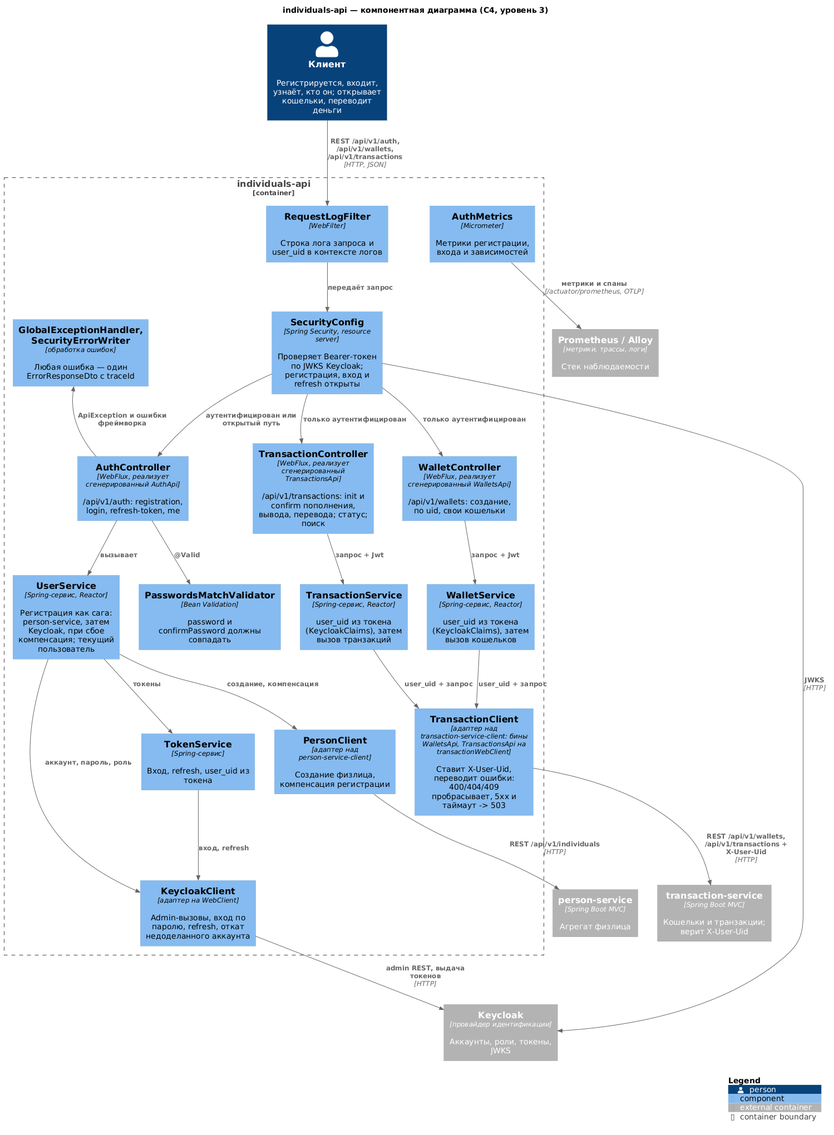
Before: individuals-api/diagrams-c4/png/ru/component.png, a diagram exported from PlantUML (dezxxx/payment-platform).
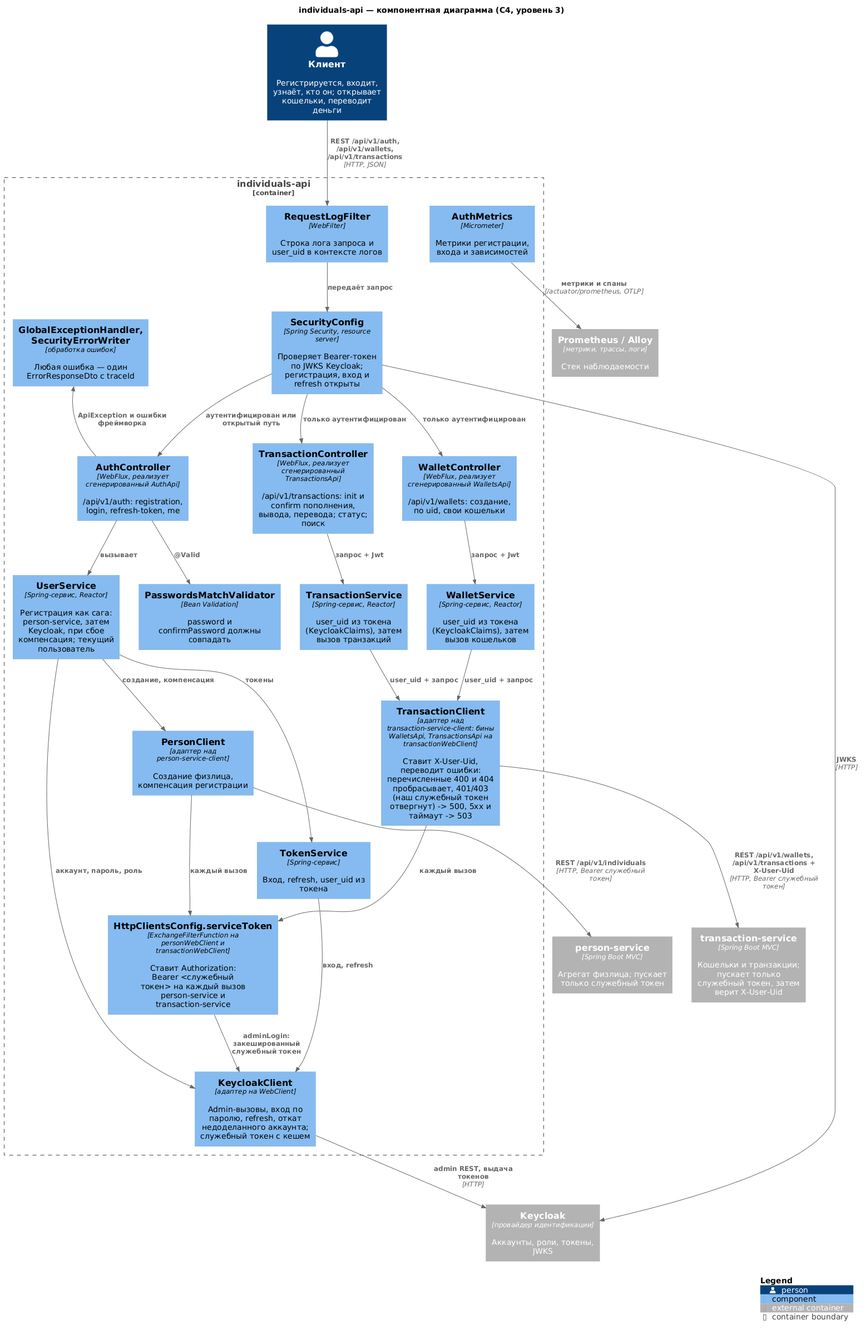
Above is the later version.

The edit, as a diff of the source:
```diff
@@ -5,8 +5,8 @@
 
 Person(client, "Клиент", "Регистрируется, входит, узнаёт, кто он; открывает кошельки, переводит деньги")
 Container_Ext(keycloak, "Keycloak", "провайдер идентификации", "Аккаунты, роли, токены, JWKS")
-Container_Ext(personService, "person-service", "Spring Boot MVC", "Агрегат физлица")
-Container_Ext(transactionService, "transaction-service", "Spring Boot MVC", "Кошельки и транзакции; верит X-User-Uid")
+Container_Ext(personService, "person-service", "Spring Boot MVC", "Агрегат физлица; пускает только служебный токен")
+Container_Ext(transactionService, "transaction-service", "Spring Boot MVC", "Кошельки и транзакции; пускает только служебный токен, затем верит X-User-Uid")
 Container_Ext(observability, "Prometheus / Alloy", "метрики, трассы, логи", "Стек наблюдаемости")
 
 Container_Boundary(app, "individuals-api") {
@@ -21,8 +21,9 @@
     Component(walletService, "WalletService", "Spring-сервис, Reactor", "user_uid из токена (KeycloakClaims), затем вызов кошельков")
     Component(transactionService2, "TransactionService", "Spring-сервис, Reactor", "user_uid из токена (KeycloakClaims), затем вызов транзакций")
     Component(personClient, "PersonClient", "адаптер над person-service-client", "Создание физлица, компенсация регистрации")
-    Component(transactionClient, "TransactionClient", "адаптер над transaction-service-client: бины WalletsApi, TransactionsApi на transactionWebClient", "Ставит X-User-Uid, переводит ошибки: 400/404/409 пробрасывает, 5xx и таймаут -> 503")
-    Component(keycloakClient, "KeycloakClient", "адаптер на WebClient", "Admin-вызовы, вход по паролю, refresh, откат недоделанного аккаунта")
+    Component(transactionClient, "TransactionClient", "адаптер над transaction-service-client: бины WalletsApi, TransactionsApi на transactionWebClient", "Ставит X-User-Uid, переводит ошибки: перечисленные 400 и 404 пробрасывает, 401/403 (наш служебный токен отвергнут) -> 500, 5xx и таймаут -> 503")
+    Component(serviceToken, "HttpClientsConfig.serviceToken", "ExchangeFilterFunction на personWebClient и transactionWebClient", "Ставит Authorization: Bearer <служебный токен> на каждый вызов person-service и transaction-service")
+    Component(keycloakClient, "KeycloakClient", "адаптер на WebClient", "Admin-вызовы, вход по паролю, refresh, откат недоделанного аккаунта; служебный токен с кешем")
     Component(errors, "GlobalExceptionHandler, SecurityErrorWriter", "обработка ошибок", "Любая ошибка — один ErrorResponseDto с traceId")
     Component(metrics, "AuthMetrics", "Micrometer", "Метрики регистрации, входа и зависимостей")
 }
@@ -42,8 +43,11 @@
 Rel(tokenService, keycloakClient, "вход, refresh")
 Rel(walletService, transactionClient, "user_uid + запрос")
 Rel(transactionService2, transactionClient, "user_uid + запрос")
-Rel(personClient, personService, "REST /api/v1/individuals", "HTTP")
-Rel(transactionClient, transactionService, "REST /api/v1/wallets, /api/v1/transactions + X-User-Uid", "HTTP")
+Rel(personClient, serviceToken, "каждый вызов")
+Rel(transactionClient, serviceToken, "каждый вызов")
+Rel(serviceToken, keycloakClient, "adminLogin: закешированный служебный токен")
+Rel(personClient, personService, "REST /api/v1/individuals", "HTTP, Bearer служебный токен")
+Rel(transactionClient, transactionService, "REST /api/v1/wallets, /api/v1/transactions + X-User-Uid", "HTTP, Bearer служебный токен")
 Rel(keycloakClient, keycloak, "admin REST, выдача токенов", "HTTP")
 Rel(security, keycloak, "JWKS", "HTTP")
 Rel_Back(errors, controller, "ApiException и ошибки фреймворка")
```
